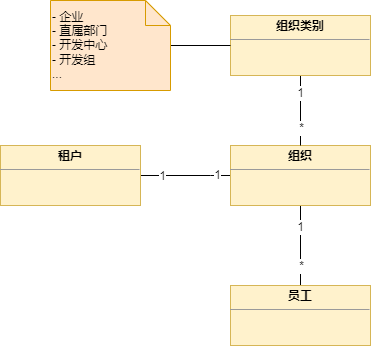
This is 手把手教你落地DDD.drawio.png from SparkLee/draw-io, a draw.io export, as it was before one commit. Source tidied: cells renumbered, new cells last; positions are measured from the earlier drawing's top-left corner, leaving out a move shared by most shapes.
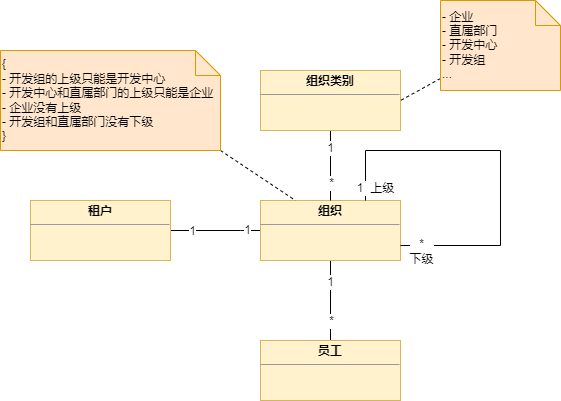
The same diagram one commit later.

Commit message:
更新手把手教你落地DDD.drawio.png

The edit, as a diff of the source:
```diff
@@ -48,11 +48,36 @@
     <mxCell id="11" value="&lt;p style=&quot;margin:0px;margin-top:4px;text-align:center;&quot;&gt;&lt;b&gt;组织类别&lt;/b&gt;&lt;/p&gt;&lt;hr size=&quot;1&quot;&gt;&lt;div style=&quot;height:2px;&quot;&gt;&lt;/div&gt;" style="verticalAlign=top;align=left;overflow=fill;fontSize=12;fontFamily=Helvetica;html=1;rounded=0;shadow=0;glass=0;sketch=0;strokeColor=#d6b656;fillColor=#fff2cc;" parent="1" vertex="1">
       <mxGeometry x="230" y="15" width="140" height="60" as="geometry" />
     </mxCell>
-    <mxCell id="12" style="edgeStyle=orthogonalEdgeStyle;rounded=0;jettySize=auto;html=1;endArrow=none;endFill=0;" parent="1" edge="1" source="13" target="11">
+    <mxCell id="12" style="rounded=0;jettySize=auto;html=1;endArrow=none;endFill=0;dashed=1;entryX=1;entryY=0.5;entryDx=0;entryDy=0;" parent="1" edge="1" source="13" target="11">
       <mxGeometry relative="1" as="geometry" />
     </mxCell>
     <mxCell id="13" value="- 企业&lt;br&gt;- 直属部门&lt;br&gt;- 开发中心&lt;br&gt;- 开发组&lt;br&gt;..." style="shape=note2;boundedLbl=1;whiteSpace=wrap;html=1;size=25;verticalAlign=middle;align=left;rounded=0;shadow=0;glass=0;sketch=0;strokeColor=#d79b00;fillColor=#ffe6cc;" parent="1" vertex="1">
-      <mxGeometry x="50" width="120" height="90" as="geometry" />
+      <mxGeometry x="410" y="-55" width="120" height="90" as="geometry" />
     </mxCell>
+    <mxCell id="14" style="edgeStyle=orthogonalEdgeStyle;rounded=0;orthogonalLoop=1;jettySize=auto;html=1;exitX=0.75;exitY=0;exitDx=0;exitDy=0;entryX=1;entryY=0.75;entryDx=0;entryDy=0;endArrow=none;endFill=0;" parent="1" edge="1" source="7" target="7">
+      <mxGeometry relative="1" as="geometry">
+        <Array as="points">
+          <mxPoint x="335" y="95" />
+          <mxPoint x="470" y="95" />
+          <mxPoint x="470" y="190" />
+        </Array>
+      </mxGeometry>
+    </mxCell>
+    <mxCell id="15" value="1&amp;nbsp; 上级" style="edgeLabel;html=1;align=center;verticalAlign=middle;" parent="14" vertex="1">
+      <mxGeometry x="-0.93" relative="1" as="geometry">
+        <mxPoint x="9" as="offset" />
+      </mxGeometry>
+    </mxCell>
+    <mxCell id="16" value="*&lt;br&gt;下级" style="edgeLabel;html=1;align=center;verticalAlign=middle;" parent="14" vertex="1">
+      <mxGeometry x="0.94" relative="1" as="geometry">
+        <mxPoint x="8" y="5" as="offset" />
+      </mxGeometry>
+    </mxCell>
+    <mxCell id="17" style="rounded=0;jettySize=auto;html=1;exitX=1;exitY=1;exitDx=0;exitDy=0;exitPerimeter=0;entryX=0.25;entryY=0;entryDx=0;entryDy=0;dashed=1;endArrow=none;endFill=0;" parent="1" edge="1" source="18" target="7">
+      <mxGeometry relative="1" as="geometry" />
+    </mxCell>
+    <mxCell id="18" value="{&lt;br&gt;- 开发组的上级只能是开发中心&lt;br&gt;- 开发中心和直属部门的上级只能是企业&lt;br&gt;- 企业没有上级&lt;br&gt;- 开发组和直属部门没有下级&lt;br&gt;}" style="shape=note2;boundedLbl=1;whiteSpace=wrap;html=1;size=25;verticalAlign=middle;align=left;rounded=0;shadow=0;glass=0;sketch=0;strokeColor=#d79b00;fillColor=#ffe6cc;" parent="1" vertex="1">
+      <mxGeometry x="-30" y="-5" width="220" height="100" as="geometry" />
+    </mxCell>
   </root>
 </mxGraphModel>
```
